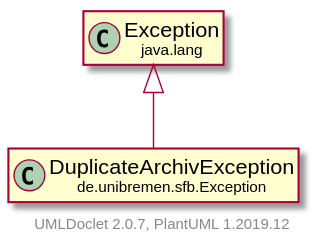
Above: doc/UML/modulsichtSVG/DuplicateArchivException.svg in fkehlenb/softwareprojekt-2 (PlantUML), before the change. The source it was exported from:
```plantuml
@startuml
    set namespaceSeparator none
    hide empty fields
    hide empty methods

    class "<size:14>DuplicateArchivException\n<size:10>de.unibremen.sfb.Exception" as de.unibremen.sfb.Exception.DuplicateArchivException [[DuplicateArchivException.html]]

    class "<size:14>Exception\n<size:10>java.lang" as java.lang.Exception [[https://docs.oracle.com/en/java/javase/11/docs/api/java.base/java/lang/Exception.html?is-external=true]]

    java.lang.Exception <|-- de.unibremen.sfb.Exception.DuplicateArchivException

    center footer UMLDoclet 2.0.7, PlantUML 1.2019.12
@enduml
```
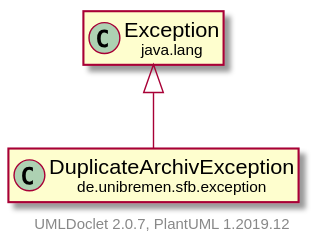
Later version of the same file.

What changed in the source:
```diff
@@ -3,11 +3,11 @@
     hide empty fields
     hide empty methods
 
-    class "<size:14>DuplicateArchivException\n<size:10>de.unibremen.sfb.Exception" as de.unibremen.sfb.Exception.DuplicateArchivException [[DuplicateArchivException.html]]
+    class "<size:14>DuplicateArchivException\n<size:10>de.unibremen.sfb.exception" as de.unibremen.sfb.exception.DuplicateArchivException [[DuplicateArchivException.html]]
 
-    class "<size:14>Exception\n<size:10>java.lang" as java.lang.Exception [[https://docs.oracle.com/en/java/javase/11/docs/api/java.base/java/lang/Exception.html?is-external=true]]
+    class "<size:14>exception\n<size:10>java.lang" as java.lang.exception [[https://docs.oracle.com/en/java/javase/11/docs/api/java.base/java/lang/Exception.html?is-external=true]]
 
-    java.lang.Exception <|-- de.unibremen.sfb.Exception.DuplicateArchivException
+    java.lang.exception <|-- de.unibremen.sfb.exception.DuplicateArchivException
 
     center footer UMLDoclet 2.0.7, PlantUML 1.2019.12
 @enduml
```
